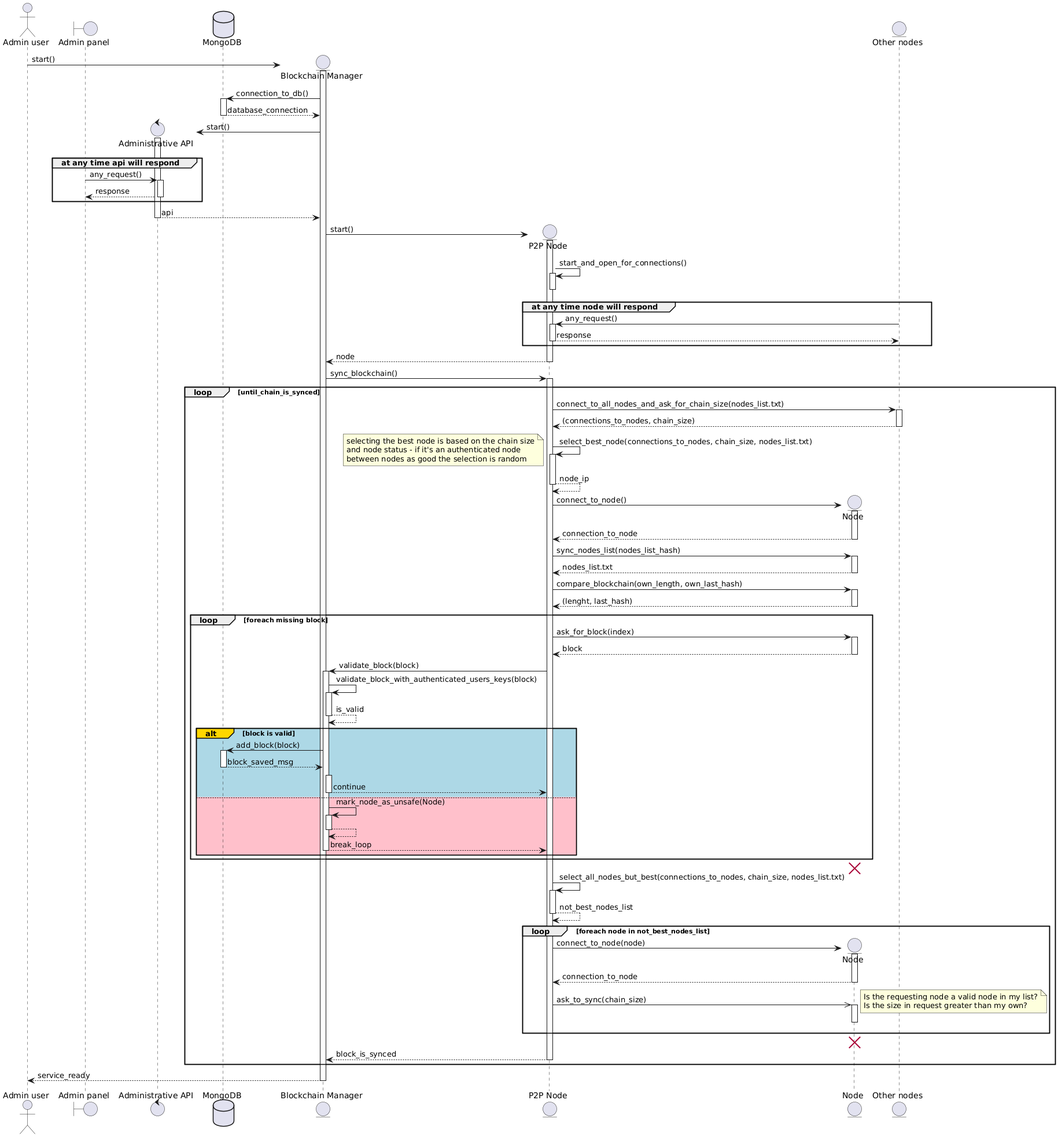
WojciechSzade/dpachain keeps this PlantUML diagram as docs/diagram_sekwencji_startu.png. Above is the earlier version.
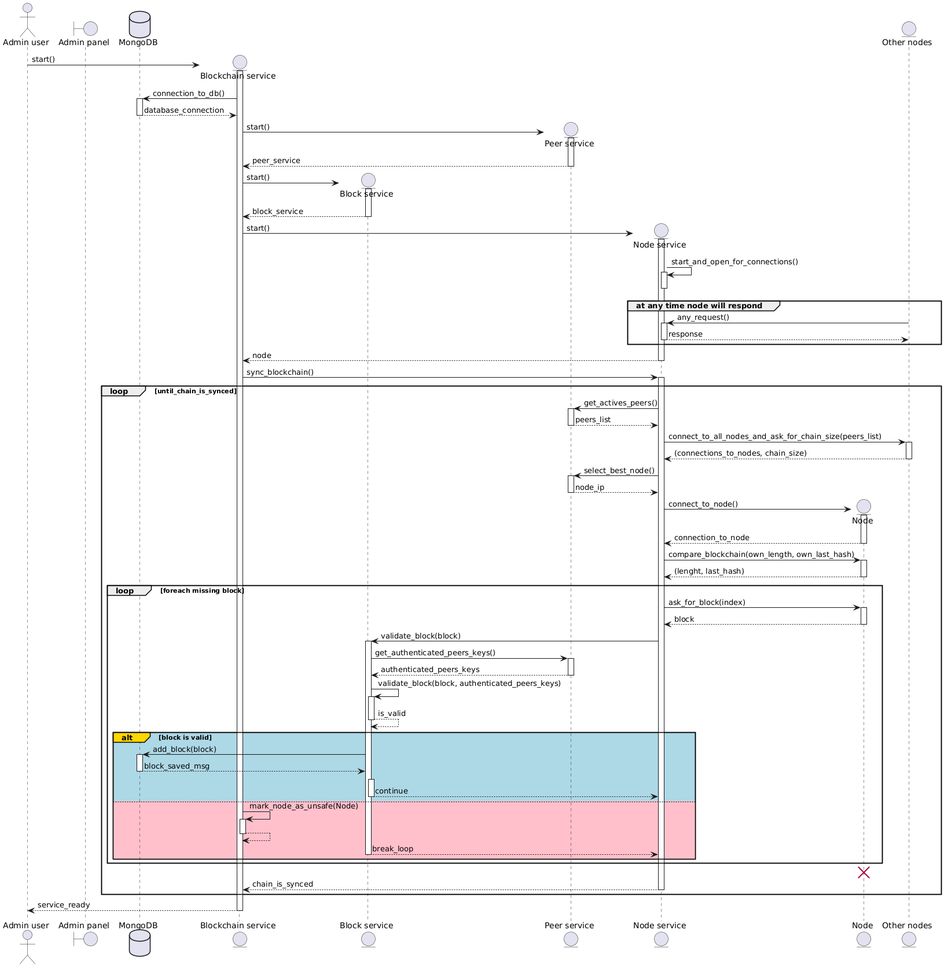
Above is the later version.

Diff of the diagram source:
```diff
@@ -3,25 +3,25 @@
 
 actor "Admin user" as User
 boundary "Admin panel" as GUI
-control "Administrative API" as API
 database MongoDB
-entity "Blockchain Manager" as BM
-entity "P2P Node" as P2P
+entity "Blockchain service" as Service
+entity "Block service" as BS
+entity "Peer service" as PS
+entity "Node service" as P2P
 entity "Node" as RN
 entity "Other nodes" as ON
 
-User -> BM ** : start()
-activate BM
-BM -> MongoDB : connection_to_db()
+User -> Service ** : start()
+activate Service
+Service -> MongoDB : connection_to_db()
 return database_connection
-BM -> API ** : start()
-activate API
-group at any time api will respond
-  GUI -> API: any_request()
-  return response
-end
-return api
-BM -> P2P ** : start()
+Service -> PS ** : start()
+activate PS
+return peer_service
+Service -> BS ** : start()
+activate BS
+return block_service
+Service -> P2P ** : start()
 activate P2P
 P2P -> P2P:start_and_open_for_connections()
 deactivate P2P
@@ -30,57 +30,40 @@
   return response
 end
 return node
-BM -> P2P: sync_blockchain()
+Service -> P2P: sync_blockchain()
 loop until_chain_is_synced
-  P2P -> ON : connect_to_all_nodes_and_ask_for_chain_size(nodes_list.txt)
+  P2P -> PS : get_actives_peers()
+  return peers_list
+  P2P -> ON : connect_to_all_nodes_and_ask_for_chain_size(peers_list)
   return (connections_to_nodes, chain_size)
-  P2P -> P2P: select_best_node(connections_to_nodes, chain_size, nodes_list.txt)
-    note left
-    selecting the best node is based on the chain size
-    and node status - if it's an authenticated node
-    between nodes as good the selection is random
-    end note
+  P2P -> PS: select_best_node()
   return node_ip
   P2P -> RN ** : connect_to_node()
   activate RN
   return connection_to_node
-  P2P -> RN : sync_nodes_list(nodes_list_hash)
-  return nodes_list.txt
   P2P -> RN : compare_blockchain(own_length, own_last_hash)
   return (lenght, last_hash)
   loop foreach missing block
     P2P -> RN: ask_for_block(index)
     return block
-    P2P -> BM: validate_block(block)
-    BM -> BM: validate_block_with_authenticated_users_keys(block)
+    P2P -> BS: validate_block(block)
+    BS -> PS: get_authenticated_peers_keys()
+    return authenticated_peers_keys
+    BS -> BS: validate_block(block, authenticated_peers_keys)
     return is_valid
     alt#Gold  #LightBlue block is valid
-      BM -> MongoDB: add_block(block)
+      BS -> MongoDB: add_block(block)
       return block_saved_msg
-      P2P -[hidden]> BM
+      P2P -[hidden]> BS
       return continue
     else #Pink
-      BM -> BM: mark_node_as_unsafe(Node)
+      Service -> Service: mark_node_as_unsafe(Node)
       return
       return break_loop
     end
   end
   destroy RN
-  P2P -> P2P: select_all_nodes_but_best(connections_to_nodes, chain_size, nodes_list.txt)
-  return not_best_nodes_list
-  loop foreach node in not_best_nodes_list
-    P2P -> RN **: connect_to_node(node)
-    activate RN
-    return connection_to_node
-    P2P ->> RN: ask_to_sync(chain_size)
-    note right
-    Is the requesting node a valid node in my list?
-    Is the size in request greater than my own?
-    end note
-    deactivate RN
-  end
-  destroy RN
-  return block_is_synced
+  return chain_is_synced
 end
 return service_ready
 @enduml
```
